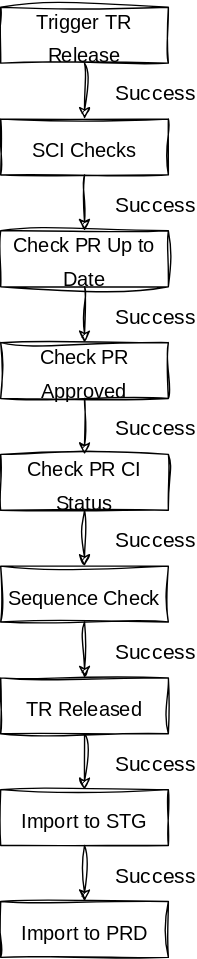
Earlier version of the draw.io export src/img/deployment.drawio.svg (heliconialabs/abapgit-flow). Source tidied: cells renumbered, new cells last; positions are measured from the earlier drawing's top-left corner, leaving out a move shared by most shapes.
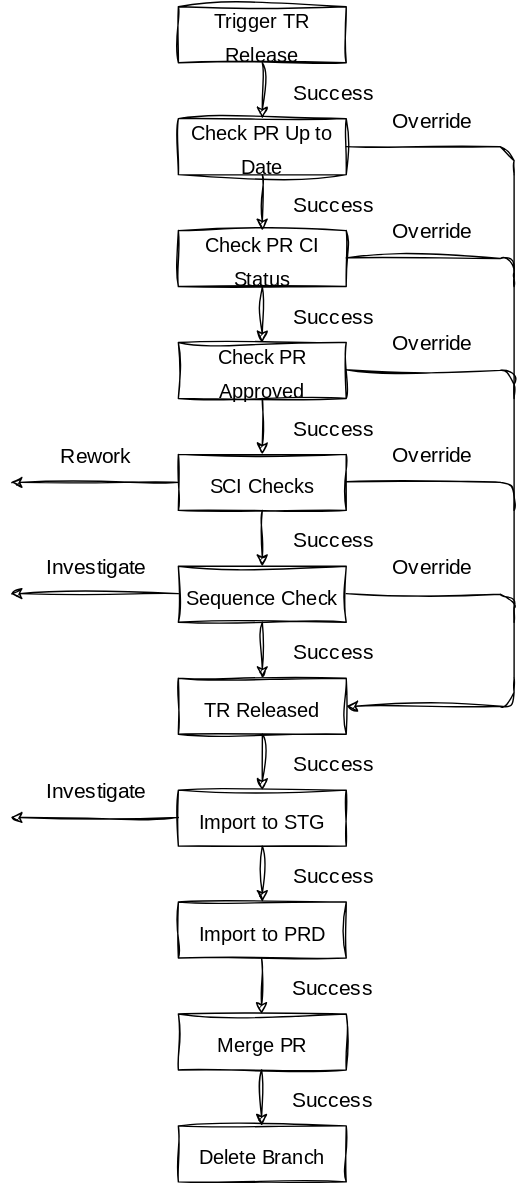
Later version of the same file.

Change to the diagram source:
```diff
@@ -18,15 +18,15 @@
       <mxGeometry y="240" width="120" height="40" as="geometry" />
     </mxCell>
     <mxCell id="7" value="&lt;font style=&quot;font-size: 14px;&quot;&gt;Check PR CI Status&lt;/font&gt;" style="rounded=0;whiteSpace=wrap;html=1;sketch=1;hachureGap=4;jiggle=2;curveFitting=1;fontFamily=Architects Daughter;fontSource=https%3A%2F%2Ffonts.googleapis.com%2Fcss%3Ffamily%3DArchitects%2BDaughter;fontSize=20;" parent="1" vertex="1">
-      <mxGeometry y="320" width="120" height="40" as="geometry" />
+      <mxGeometry y="160" width="120" height="40" as="geometry" />
     </mxCell>
     <mxCell id="8" value="&lt;font style=&quot;font-size: 14px;&quot;&gt;SCI Checks&lt;/font&gt;" style="rounded=0;whiteSpace=wrap;html=1;sketch=1;hachureGap=4;jiggle=2;curveFitting=1;fontFamily=Architects Daughter;fontSource=https%3A%2F%2Ffonts.googleapis.com%2Fcss%3Ffamily%3DArchitects%2BDaughter;fontSize=20;" parent="1" vertex="1">
-      <mxGeometry y="80" width="120" height="40" as="geometry" />
+      <mxGeometry y="320" width="120" height="40" as="geometry" />
     </mxCell>
     <mxCell id="9" value="&lt;font style=&quot;font-size: 14px;&quot;&gt;Check PR Up to Date&lt;/font&gt;" style="rounded=0;whiteSpace=wrap;html=1;sketch=1;hachureGap=4;jiggle=2;curveFitting=1;fontFamily=Architects Daughter;fontSource=https%3A%2F%2Ffonts.googleapis.com%2Fcss%3Ffamily%3DArchitects%2BDaughter;fontSize=20;" parent="1" vertex="1">
-      <mxGeometry y="160" width="120" height="40" as="geometry" />
+      <mxGeometry y="80" width="120" height="40" as="geometry" />
     </mxCell>
-    <mxCell id="10" style="endArrow=classic;html=1;sketch=1;hachureGap=4;jiggle=2;curveFitting=1;fontFamily=Architects Daughter;fontSource=https%3A%2F%2Ffonts.googleapis.com%2Fcss%3Ffamily%3DArchitects%2BDaughter;fontSize=16;exitX=0.5;exitY=1;exitDx=0;exitDy=0;entryX=0.5;entryY=0;entryDx=0;entryDy=0;" parent="1" edge="1" source="2" target="8">
+    <mxCell id="10" style="endArrow=classic;html=1;sketch=1;hachureGap=4;jiggle=2;curveFitting=1;fontFamily=Architects Daughter;fontSource=https%3A%2F%2Ffonts.googleapis.com%2Fcss%3Ffamily%3DArchitects%2BDaughter;fontSize=16;exitX=0.5;exitY=1;exitDx=0;exitDy=0;entryX=0.5;entryY=0;entryDx=0;entryDy=0;" parent="1" edge="1" source="2" target="9">
       <mxGeometry relative="1" as="geometry" />
     </mxCell>
     <mxCell id="11" value="&lt;font style=&quot;font-size: 15px;&quot;&gt;Success&lt;/font&gt;" style="edgeLabel;html=1;align=center;verticalAlign=middle;fontSize=15;fontFamily=Architects Daughter;" parent="10" vertex="1">
@@ -34,7 +34,7 @@
         <mxPoint x="46" y="-7" as="offset" />
       </mxGeometry>
     </mxCell>
-    <mxCell id="12" style="endArrow=classic;html=1;sketch=1;hachureGap=4;jiggle=2;curveFitting=1;fontFamily=Architects Daughter;fontSource=https%3A%2F%2Ffonts.googleapis.com%2Fcss%3Ffamily%3DArchitects%2BDaughter;fontSize=16;exitX=0.5;exitY=1;exitDx=0;exitDy=0;entryX=0.5;entryY=0;entryDx=0;entryDy=0;" parent="1" edge="1" source="8" target="9">
+    <mxCell id="12" style="endArrow=classic;html=1;sketch=1;hachureGap=4;jiggle=2;curveFitting=1;fontFamily=Architects Daughter;fontSource=https%3A%2F%2Ffonts.googleapis.com%2Fcss%3Ffamily%3DArchitects%2BDaughter;fontSize=16;exitX=0.5;exitY=1;exitDx=0;exitDy=0;entryX=0.5;entryY=0;entryDx=0;entryDy=0;" parent="1" edge="1" source="8" target="3">
       <mxGeometry relative="1" as="geometry" />
     </mxCell>
     <mxCell id="13" value="Success" style="edgeLabel;html=1;align=center;verticalAlign=middle;fontSize=15;fontFamily=Architects Daughter;" parent="12" vertex="1">
@@ -42,7 +42,7 @@
         <mxPoint x="50" y="-8" as="offset" />
       </mxGeometry>
     </mxCell>
-    <mxCell id="14" style="endArrow=classic;html=1;sketch=1;hachureGap=4;jiggle=2;curveFitting=1;fontFamily=Architects Daughter;fontSource=https%3A%2F%2Ffonts.googleapis.com%2Fcss%3Ffamily%3DArchitects%2BDaughter;fontSize=16;exitX=0.5;exitY=1;exitDx=0;exitDy=0;entryX=0.5;entryY=0;entryDx=0;entryDy=0;" parent="1" edge="1" source="9" target="6">
+    <mxCell id="14" style="endArrow=classic;html=1;sketch=1;hachureGap=4;jiggle=2;curveFitting=1;fontFamily=Architects Daughter;fontSource=https%3A%2F%2Ffonts.googleapis.com%2Fcss%3Ffamily%3DArchitects%2BDaughter;fontSize=16;exitX=0.5;exitY=1;exitDx=0;exitDy=0;entryX=0.5;entryY=0;entryDx=0;entryDy=0;" parent="1" edge="1" source="9" target="7">
       <mxGeometry relative="1" as="geometry" />
     </mxCell>
     <mxCell id="15" value="Success" style="edgeLabel;html=1;align=center;verticalAlign=middle;fontSize=15;fontFamily=Architects Daughter;" parent="14" vertex="1">
@@ -50,15 +50,17 @@
         <mxPoint x="50" y="-8" as="offset" />
       </mxGeometry>
     </mxCell>
-    <mxCell id="16" style="endArrow=classic;html=1;sketch=1;hachureGap=4;jiggle=2;curveFitting=1;fontFamily=Architects Daughter;fontSource=https%3A%2F%2Ffonts.googleapis.com%2Fcss%3Ffamily%3DArchitects%2BDaughter;fontSize=16;exitX=0.5;exitY=1;exitDx=0;exitDy=0;entryX=0.5;entryY=0;entryDx=0;entryDy=0;" parent="1" edge="1" source="6" target="7">
-      <mxGeometry relative="1" as="geometry" />
+    <mxCell id="16" style="endArrow=classic;html=1;sketch=1;hachureGap=4;jiggle=2;curveFitting=1;fontFamily=Architects Daughter;fontSource=https%3A%2F%2Ffonts.googleapis.com%2Fcss%3Ffamily%3DArchitects%2BDaughter;fontSize=16;exitX=0.5;exitY=1;exitDx=0;exitDy=0;" parent="1" edge="1" source="6">
+      <mxGeometry relative="1" as="geometry">
+        <mxPoint x="60" y="320" as="targetPoint" />
+      </mxGeometry>
     </mxCell>
     <mxCell id="17" value="Success" style="edgeLabel;html=1;align=center;verticalAlign=middle;fontSize=15;fontFamily=Architects Daughter;" parent="16" vertex="1">
       <mxGeometry x="0.38" relative="1" as="geometry">
         <mxPoint x="50" y="-8" as="offset" />
       </mxGeometry>
     </mxCell>
-    <mxCell id="18" style="endArrow=classic;html=1;sketch=1;hachureGap=4;jiggle=2;curveFitting=1;fontFamily=Architects Daughter;fontSource=https%3A%2F%2Ffonts.googleapis.com%2Fcss%3Ffamily%3DArchitects%2BDaughter;fontSize=16;exitX=0.5;exitY=1;exitDx=0;exitDy=0;" parent="1" edge="1" source="7" target="3">
+    <mxCell id="18" style="endArrow=classic;html=1;sketch=1;hachureGap=4;jiggle=2;curveFitting=1;fontFamily=Architects Daughter;fontSource=https%3A%2F%2Ffonts.googleapis.com%2Fcss%3Ffamily%3DArchitects%2BDaughter;fontSize=16;exitX=0.5;exitY=1;exitDx=0;exitDy=0;entryX=0.5;entryY=0;entryDx=0;entryDy=0;" parent="1" edge="1" source="7" target="6">
       <mxGeometry relative="1" as="geometry" />
     </mxCell>
     <mxCell id="19" value="Success" style="edgeLabel;html=1;align=center;verticalAlign=middle;fontSize=15;fontFamily=Architects Daughter;" parent="18" vertex="1">
@@ -93,5 +95,148 @@
         <mxPoint x="48" y="-8" as="offset" />
       </mxGeometry>
     </mxCell>
+    <mxCell id="27" value="&lt;font style=&quot;font-size: 14px;&quot;&gt;Merge PR&lt;/font&gt;" style="rounded=0;whiteSpace=wrap;html=1;sketch=1;hachureGap=4;jiggle=2;curveFitting=1;fontFamily=Architects Daughter;fontSource=https%3A%2F%2Ffonts.googleapis.com%2Fcss%3Ffamily%3DArchitects%2BDaughter;fontSize=20;" parent="1" vertex="1">
+      <mxGeometry y="720" width="120" height="40" as="geometry" />
+    </mxCell>
+    <mxCell id="28" value="&lt;font style=&quot;font-size: 14px;&quot;&gt;Delete Branch&lt;/font&gt;" style="rounded=0;whiteSpace=wrap;html=1;sketch=1;hachureGap=4;jiggle=2;curveFitting=1;fontFamily=Architects Daughter;fontSource=https%3A%2F%2Ffonts.googleapis.com%2Fcss%3Ffamily%3DArchitects%2BDaughter;fontSize=20;" parent="1" vertex="1">
+      <mxGeometry y="800" width="120" height="40" as="geometry" />
+    </mxCell>
+    <mxCell id="29" style="endArrow=classic;html=1;sketch=1;hachureGap=4;jiggle=2;curveFitting=1;fontFamily=Architects Daughter;fontSource=https%3A%2F%2Ffonts.googleapis.com%2Fcss%3Ffamily%3DArchitects%2BDaughter;fontSize=16;entryX=0.5;entryY=0;entryDx=0;entryDy=0;" parent="1" edge="1">
+      <mxGeometry relative="1" as="geometry">
+        <mxPoint x="59.5" y="680" as="sourcePoint" />
+        <mxPoint x="59.5" y="720" as="targetPoint" />
+      </mxGeometry>
+    </mxCell>
+    <mxCell id="30" value="Success" style="edgeLabel;html=1;align=center;verticalAlign=middle;fontSize=15;fontFamily=Architects Daughter;" parent="29" vertex="1">
+      <mxGeometry x="0.42" y="-1" relative="1" as="geometry">
+        <mxPoint x="51" y="-9" as="offset" />
+      </mxGeometry>
+    </mxCell>
+    <mxCell id="31" style="endArrow=classic;html=1;sketch=1;hachureGap=4;jiggle=2;curveFitting=1;fontFamily=Architects Daughter;fontSource=https%3A%2F%2Ffonts.googleapis.com%2Fcss%3Ffamily%3DArchitects%2BDaughter;fontSize=16;entryX=0.5;entryY=0;entryDx=0;entryDy=0;" parent="1" edge="1">
+      <mxGeometry relative="1" as="geometry">
+        <mxPoint x="59.5" y="760" as="sourcePoint" />
+        <mxPoint x="59.5" y="800" as="targetPoint" />
+      </mxGeometry>
+    </mxCell>
+    <mxCell id="32" value="Success" style="edgeLabel;html=1;align=center;verticalAlign=middle;fontSize=15;fontFamily=Architects Daughter;" parent="31" vertex="1">
+      <mxGeometry x="0.42" y="-1" relative="1" as="geometry">
+        <mxPoint x="51" y="-9" as="offset" />
+      </mxGeometry>
+    </mxCell>
+    <mxCell id="33" style="endArrow=classic;html=1;sketch=1;hachureGap=4;jiggle=2;curveFitting=1;fontFamily=Architects Daughter;fontSource=https%3A%2F%2Ffonts.googleapis.com%2Fcss%3Ffamily%3DArchitects%2BDaughter;fontSize=15;exitX=0;exitY=0.5;exitDx=0;exitDy=0;" parent="1" edge="1" source="8">
+      <mxGeometry relative="1" as="geometry">
+        <mxPoint x="-120" y="340" as="targetPoint" />
+      </mxGeometry>
+    </mxCell>
+    <mxCell id="34" value="Rework" style="edgeLabel;html=1;align=center;verticalAlign=middle;fontSize=15;fontFamily=Architects Daughter;" parent="33" vertex="1">
+      <mxGeometry x="0.53" y="-2" relative="1" as="geometry">
+        <mxPoint x="32" y="-18" as="offset" />
+      </mxGeometry>
+    </mxCell>
+    <mxCell id="35" style="endArrow=classic;html=1;sketch=1;hachureGap=4;jiggle=2;curveFitting=1;fontFamily=Architects Daughter;fontSource=https%3A%2F%2Ffonts.googleapis.com%2Fcss%3Ffamily%3DArchitects%2BDaughter;fontSize=15;exitX=0;exitY=0.5;exitDx=0;exitDy=0;" parent="1" edge="1">
+      <mxGeometry relative="1" as="geometry">
+        <mxPoint y="419.5" as="sourcePoint" />
+        <mxPoint x="-120" y="419.5" as="targetPoint" />
+      </mxGeometry>
+    </mxCell>
+    <mxCell id="36" value="Investigate" style="edgeLabel;html=1;align=center;verticalAlign=middle;fontSize=15;fontFamily=Architects Daughter;" parent="35" vertex="1">
+      <mxGeometry x="0.53" y="-2" relative="1" as="geometry">
+        <mxPoint x="32" y="-18" as="offset" />
+      </mxGeometry>
+    </mxCell>
+    <mxCell id="37" style="endArrow=classic;html=1;sketch=1;hachureGap=4;jiggle=2;curveFitting=1;fontFamily=Architects Daughter;fontSource=https%3A%2F%2Ffonts.googleapis.com%2Fcss%3Ffamily%3DArchitects%2BDaughter;fontSize=15;exitX=0;exitY=0.5;exitDx=0;exitDy=0;" parent="1" edge="1">
+      <mxGeometry relative="1" as="geometry">
+        <mxPoint y="579.5" as="sourcePoint" />
+        <mxPoint x="-120" y="579.5" as="targetPoint" />
+      </mxGeometry>
+    </mxCell>
+    <mxCell id="38" value="Investigate" style="edgeLabel;html=1;align=center;verticalAlign=middle;fontSize=15;fontFamily=Architects Daughter;" parent="37" vertex="1">
+      <mxGeometry x="0.53" y="-2" relative="1" as="geometry">
+        <mxPoint x="32" y="-18" as="offset" />
+      </mxGeometry>
+    </mxCell>
+    <mxCell id="39" style="endArrow=none;html=1;sketch=1;hachureGap=4;jiggle=2;curveFitting=1;fontFamily=Architects Daughter;fontSource=https%3A%2F%2Ffonts.googleapis.com%2Fcss%3Ffamily%3DArchitects%2BDaughter;fontSize=15;exitX=1;exitY=0.5;exitDx=0;exitDy=0;endFill=0;" parent="1" edge="1" source="9">
+      <mxGeometry relative="1" as="geometry">
+        <mxPoint x="240" y="120" as="targetPoint" />
+        <Array as="points">
+          <mxPoint x="240" y="100" />
+        </Array>
+      </mxGeometry>
+    </mxCell>
+    <mxCell id="40" value="Override" style="edgeLabel;html=1;align=center;verticalAlign=middle;fontSize=15;fontFamily=Architects Daughter;" parent="39" vertex="1">
+      <mxGeometry x="-0.35" y="2" relative="1" as="geometry">
+        <mxPoint x="14" y="-18" as="offset" />
+      </mxGeometry>
+    </mxCell>
+    <mxCell id="41" style="endArrow=none;html=1;sketch=1;hachureGap=4;jiggle=2;curveFitting=1;fontFamily=Architects Daughter;fontSource=https%3A%2F%2Ffonts.googleapis.com%2Fcss%3Ffamily%3DArchitects%2BDaughter;fontSize=15;exitX=1;exitY=0.5;exitDx=0;exitDy=0;endFill=0;" parent="1" edge="1">
+      <mxGeometry relative="1" as="geometry">
+        <mxPoint x="120" y="179.5" as="sourcePoint" />
+        <mxPoint x="240" y="200" as="targetPoint" />
+        <Array as="points">
+          <mxPoint x="240" y="180" />
+        </Array>
+      </mxGeometry>
+    </mxCell>
+    <mxCell id="42" value="Override" style="edgeLabel;html=1;align=center;verticalAlign=middle;fontSize=15;fontFamily=Architects Daughter;" parent="41" vertex="1">
+      <mxGeometry x="-0.35" y="2" relative="1" as="geometry">
+        <mxPoint x="14" y="-18" as="offset" />
+      </mxGeometry>
+    </mxCell>
+    <mxCell id="43" style="endArrow=none;html=1;sketch=1;hachureGap=4;jiggle=2;curveFitting=1;fontFamily=Architects Daughter;fontSource=https%3A%2F%2Ffonts.googleapis.com%2Fcss%3Ffamily%3DArchitects%2BDaughter;fontSize=15;exitX=1;exitY=0.5;exitDx=0;exitDy=0;endFill=0;" parent="1" edge="1">
+      <mxGeometry relative="1" as="geometry">
+        <mxPoint x="120" y="259.5" as="sourcePoint" />
+        <mxPoint x="240" y="280" as="targetPoint" />
+        <Array as="points">
+          <mxPoint x="240" y="260" />
+        </Array>
+      </mxGeometry>
+    </mxCell>
+    <mxCell id="44" value="Override" style="edgeLabel;html=1;align=center;verticalAlign=middle;fontSize=15;fontFamily=Architects Daughter;" parent="43" vertex="1">
+      <mxGeometry x="-0.35" y="2" relative="1" as="geometry">
+        <mxPoint x="14" y="-18" as="offset" />
+      </mxGeometry>
+    </mxCell>
+    <mxCell id="45" style="endArrow=none;html=1;sketch=1;hachureGap=4;jiggle=2;curveFitting=1;fontFamily=Architects Daughter;fontSource=https%3A%2F%2Ffonts.googleapis.com%2Fcss%3Ffamily%3DArchitects%2BDaughter;fontSize=15;exitX=1;exitY=0.5;exitDx=0;exitDy=0;endFill=0;" parent="1" edge="1">
+      <mxGeometry relative="1" as="geometry">
+        <mxPoint x="120" y="339.5" as="sourcePoint" />
+        <mxPoint x="240" y="360" as="targetPoint" />
+        <Array as="points">
+          <mxPoint x="240" y="340" />
+        </Array>
+      </mxGeometry>
+    </mxCell>
+    <mxCell id="46" value="Override" style="edgeLabel;html=1;align=center;verticalAlign=middle;fontSize=15;fontFamily=Architects Daughter;" parent="45" vertex="1">
+      <mxGeometry x="-0.35" y="2" relative="1" as="geometry">
+        <mxPoint x="14" y="-18" as="offset" />
+      </mxGeometry>
+    </mxCell>
+    <mxCell id="47" style="endArrow=none;html=1;sketch=1;hachureGap=4;jiggle=2;curveFitting=1;fontFamily=Architects Daughter;fontSource=https%3A%2F%2Ffonts.googleapis.com%2Fcss%3Ffamily%3DArchitects%2BDaughter;fontSize=15;exitX=1;exitY=0.5;exitDx=0;exitDy=0;endFill=0;" parent="1" edge="1">
+      <mxGeometry relative="1" as="geometry">
+        <mxPoint x="120" y="419.5" as="sourcePoint" />
+        <mxPoint x="240" y="440" as="targetPoint" />
+        <Array as="points">
+          <mxPoint x="240" y="420" />
+        </Array>
+      </mxGeometry>
+    </mxCell>
+    <mxCell id="48" value="Override" style="edgeLabel;html=1;align=center;verticalAlign=middle;fontSize=15;fontFamily=Architects Daughter;" parent="47" vertex="1">
+      <mxGeometry x="-0.35" y="2" relative="1" as="geometry">
+        <mxPoint x="14" y="-18" as="offset" />
+      </mxGeometry>
+    </mxCell>
+    <mxCell id="49" style="endArrow=classic;html=1;sketch=1;hachureGap=4;jiggle=2;curveFitting=1;fontFamily=Architects Daughter;fontSource=https%3A%2F%2Ffonts.googleapis.com%2Fcss%3Ffamily%3DArchitects%2BDaughter;fontSize=15;entryX=1;entryY=0.5;entryDx=0;entryDy=0;" parent="1" edge="1" target="24">
+      <mxGeometry relative="1" as="geometry">
+        <mxPoint x="240" y="480" as="sourcePoint" />
+        <Array as="points">
+          <mxPoint x="240" y="500" />
+        </Array>
+      </mxGeometry>
+    </mxCell>
+    <mxCell id="50" style="endArrow=none;html=1;hachureGap=4;fontFamily=Architects Daughter;fontSource=https%3A%2F%2Ffonts.googleapis.com%2Fcss%3Ffamily%3DArchitects%2BDaughter;fontSize=15;" parent="1" edge="1">
+      <mxGeometry relative="1" as="geometry">
+        <mxPoint x="240" y="480" as="sourcePoint" />
+        <mxPoint x="240" y="120" as="targetPoint" />
+      </mxGeometry>
+    </mxCell>
   </root>
 </mxGraphModel>
```
